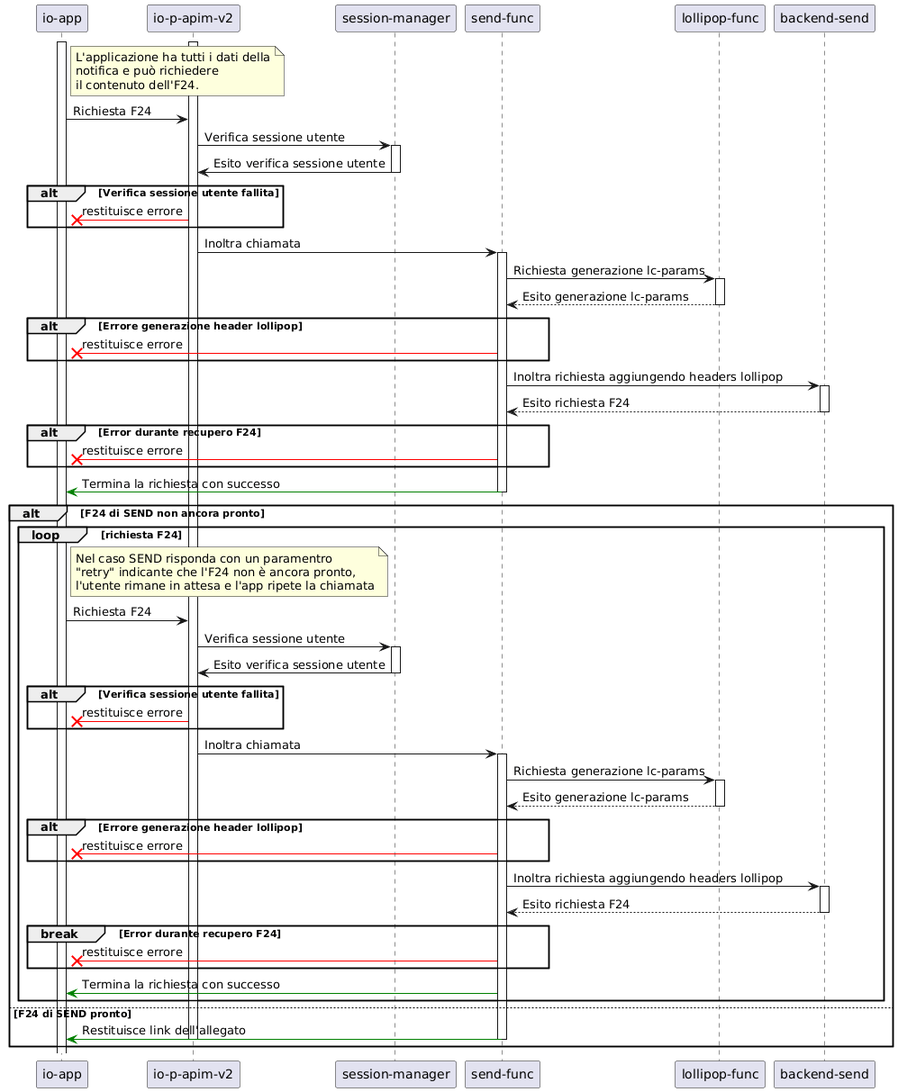
The PlantUML diagram apps/send-func/docs/aar-notification-f24.png in pagopa/io-messages, before a commit. Its diagram source:
```plantuml
@startuml aar-notification-f24
participant "io-app" as ioAPP
participant "io-p-apim-v2" as ioAPIM
participant "session-manager" as sessionManager
participant "send-func" as sendFunc
participant "lollipop-func" as lollipopFunc
participant "backend-send" as beSEND

activate ioAPP
activate ioAPIM

note right of ioAPP
    L'applicazione ha tutti i dati della
    notifica e può richiedere
    il contenuto dell'F24.
end note

ioAPP -> ioAPIM: Richiesta F24
ioAPIM -> sessionManager: Verifica sessione utente
activate sessionManager
sessionManager -> ioAPIM: Esito verifica sessione utente
deactivate sessionManager
alt Verifica sessione utente fallita
    ioAPIM -[#red]x ioAPP: restituisce errore
end

ioAPIM -> sendFunc: Inoltra chiamata
activate sendFunc

sendFunc -> lollipopFunc: Richiesta generazione lc-params
activate lollipopFunc
lollipopFunc --> sendFunc: Esito generazione lc-params
deactivate lollipopFunc
alt Errore generazione header lollipop
    sendFunc -[#red]x ioAPP: restituisce errore
end
sendFunc -> beSEND: Inoltra richiesta aggiungendo headers lollipop
activate beSEND
beSEND --> sendFunc: Esito richiesta F24
deactivate beSEND

alt Error durante recupero F24
    sendFunc -[#red]x ioAPP: restituisce errore
end
sendFunc -[#green]> ioAPP: Termina la richiesta con successo
deactivate sendFunc


alt F24 di SEND non ancora pronto
  loop richiesta F24
    note right of ioAPP
      Nel caso SEND risponda con un paramentro
      "retry" indicante che l'F24 non è ancora pronto,
      l'utente rimane in attesa e l'app ripete la chiamata
    end note

    ioAPP -> ioAPIM: Richiesta F24
    ioAPIM -> sessionManager: Verifica sessione utente
    activate sessionManager
    sessionManager -> ioAPIM: Esito verifica sessione utente
    deactivate sessionManager
    alt Verifica sessione utente fallita
        ioAPIM -[#red]x ioAPP: restituisce errore
    end

    ioAPIM -> sendFunc: Inoltra chiamata
    activate sendFunc

    sendFunc -> lollipopFunc: Richiesta generazione lc-params
    activate lollipopFunc
    lollipopFunc --> sendFunc: Esito generazione lc-params
    deactivate lollipopFunc
    alt Errore generazione header lollipop
        sendFunc -[#red]x ioAPP: restituisce errore
    end
    sendFunc -> beSEND: Inoltra richiesta aggiungendo headers lollipop
    activate beSEND
    beSEND --> sendFunc: Esito richiesta F24
    deactivate beSEND

    break Error durante recupero F24
        sendFunc -[#red]x ioAPP: restituisce errore
    end
    sendFunc -[#green]> ioAPP: Termina la richiesta con successo
  end
else F24 di SEND pronto
  sendFunc -[#green]> ioAPP: Restituisce link dell'allegato
  deactivate ioAPIM
  deactivate sendFunc
end




@enduml
```
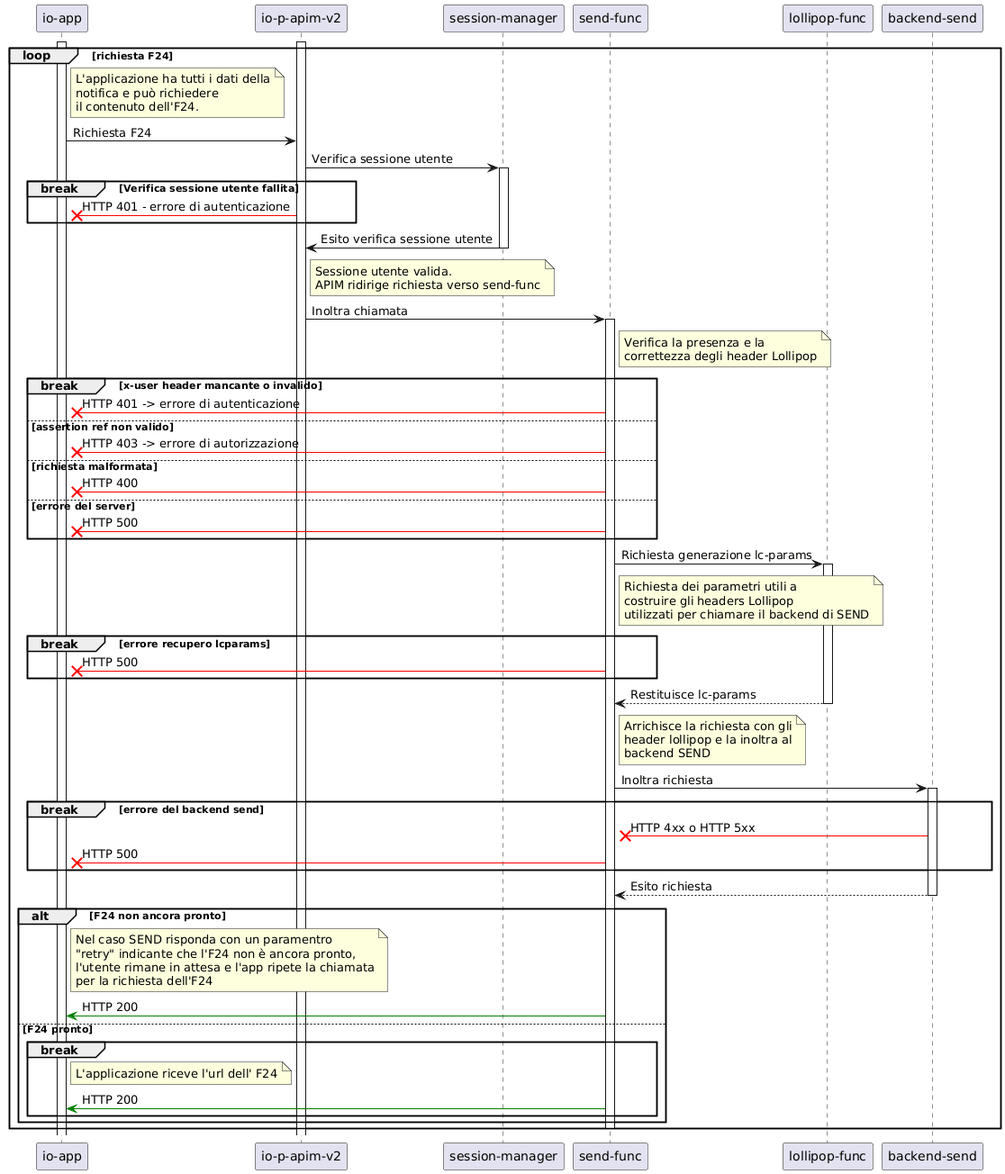
The same diagram one commit later.

Change to the diagram source:
```diff
@@ -9,87 +9,94 @@
 activate ioAPP
 activate ioAPIM
 
-note right of ioAPP
+loop richiesta F24
+
+  note right of ioAPP
     L'applicazione ha tutti i dati della
     notifica e può richiedere
     il contenuto dell'F24.
-end note
+  end note
 
-ioAPP -> ioAPIM: Richiesta F24
-ioAPIM -> sessionManager: Verifica sessione utente
-activate sessionManager
-sessionManager -> ioAPIM: Esito verifica sessione utente
-deactivate sessionManager
-alt Verifica sessione utente fallita
-    ioAPIM -[#red]x ioAPP: restituisce errore
-end
+  ioAPP -> ioAPIM: Richiesta F24
+  ioAPIM -> sessionManager: Verifica sessione utente
+  activate sessionManager
+  break Verifica sessione utente fallita
+    ioAPIM -[#red]x ioAPP: HTTP 401 - errore di autenticazione
+  end
+  sessionManager -> ioAPIM: Esito verifica sessione utente
+  deactivate sessionManager
 
-ioAPIM -> sendFunc: Inoltra chiamata
-activate sendFunc
+  note right of ioAPIM
+  Sessione utente valida.
+  APIM ridirige richiesta verso send-func
+  end note
+  ioAPIM -> sendFunc: Inoltra chiamata
 
-sendFunc -> lollipopFunc: Richiesta generazione lc-params
-activate lollipopFunc
-lollipopFunc --> sendFunc: Esito generazione lc-params
-deactivate lollipopFunc
-alt Errore generazione header lollipop
-    sendFunc -[#red]x ioAPP: restituisce errore
-end
-sendFunc -> beSEND: Inoltra richiesta aggiungendo headers lollipop
-activate beSEND
-beSEND --> sendFunc: Esito richiesta F24
-deactivate beSEND
-
-alt Error durante recupero F24
-    sendFunc -[#red]x ioAPP: restituisce errore
-end
-sendFunc -[#green]> ioAPP: Termina la richiesta con successo
-deactivate sendFunc
+  activate sendFunc
+  note right of sendFunc
+  Verifica la presenza e la
+  correttezza degli header Lollipop
+  end note
+  break x-user header mancante o invalido
+    sendFunc -[#red]x ioAPP: HTTP 401 -> errore di autenticazione
+    else assertion ref non valido
+      sendFunc -[#red]x ioAPP: HTTP 403 -> errore di autorizzazione
+    else richiesta malformata
+      sendFunc -[#red]x ioAPP: HTTP 400
+    else errore del server
+      sendFunc -[#red]x ioAPP: HTTP 500
+  end
 
 
-alt F24 di SEND non ancora pronto
-  loop richiesta F24
+  sendFunc -> lollipopFunc: Richiesta generazione lc-params
+
+  activate lollipopFunc
+  note right of sendFunc
+  Richiesta dei parametri utili a
+  costruire gli headers Lollipop
+  utilizzati per chiamare il backend di SEND
+  end note
+  break errore recupero lcparams
+    sendFunc -[#red]x ioAPP: HTTP 500
+  end
+
+
+  lollipopFunc --> sendFunc: Restituisce lc-params
+  deactivate lollipopFunc
+
+
+  note right of sendFunc
+  Arrichisce la richiesta con gli
+  header lollipop e la inoltra al
+  backend SEND
+  end note
+  sendFunc -> beSEND: Inoltra richiesta
+  activate beSEND
+
+  break errore del backend send
+    beSEND -[#red]x sendFunc: HTTP 4xx o HTTP 5xx
+    sendFunc -[#red]x ioAPP: HTTP 500
+  end
+
+  beSEND --> sendFunc: Esito richiesta
+  deactivate beSEND
+  alt F24 non ancora pronto
     note right of ioAPP
       Nel caso SEND risponda con un paramentro
       "retry" indicante che l'F24 non è ancora pronto,
       l'utente rimane in attesa e l'app ripete la chiamata
+      per la richiesta dell'F24
     end note
-
-    ioAPP -> ioAPIM: Richiesta F24
-    ioAPIM -> sessionManager: Verifica sessione utente
-    activate sessionManager
-    sessionManager -> ioAPIM: Esito verifica sessione utente
-    deactivate sessionManager
-    alt Verifica sessione utente fallita
-        ioAPIM -[#red]x ioAPP: restituisce errore
-    end
-
-    ioAPIM -> sendFunc: Inoltra chiamata
-    activate sendFunc
-
-    sendFunc -> lollipopFunc: Richiesta generazione lc-params
-    activate lollipopFunc
-    lollipopFunc --> sendFunc: Esito generazione lc-params
-    deactivate lollipopFunc
-    alt Errore generazione header lollipop
-        sendFunc -[#red]x ioAPP: restituisce errore
-    end
-    sendFunc -> beSEND: Inoltra richiesta aggiungendo headers lollipop
-    activate beSEND
-    beSEND --> sendFunc: Esito richiesta F24
-    deactivate beSEND
-
-    break Error durante recupero F24
-        sendFunc -[#red]x ioAPP: restituisce errore
-    end
-    sendFunc -[#green]> ioAPP: Termina la richiesta con successo
+    sendFunc -[#green]> ioAPP: HTTP 200
+    else F24 pronto
+      break
+        note right of ioAPP
+          L'applicazione riceve l'url dell' F24
+        end note
+        sendFunc -[#green]> ioAPP: HTTP 200
+      end
   end
-else F24 di SEND pronto
-  sendFunc -[#green]> ioAPP: Restituisce link dell'allegato
-  deactivate ioAPIM
   deactivate sendFunc
 end
 
-
-
-
 @enduml
```
